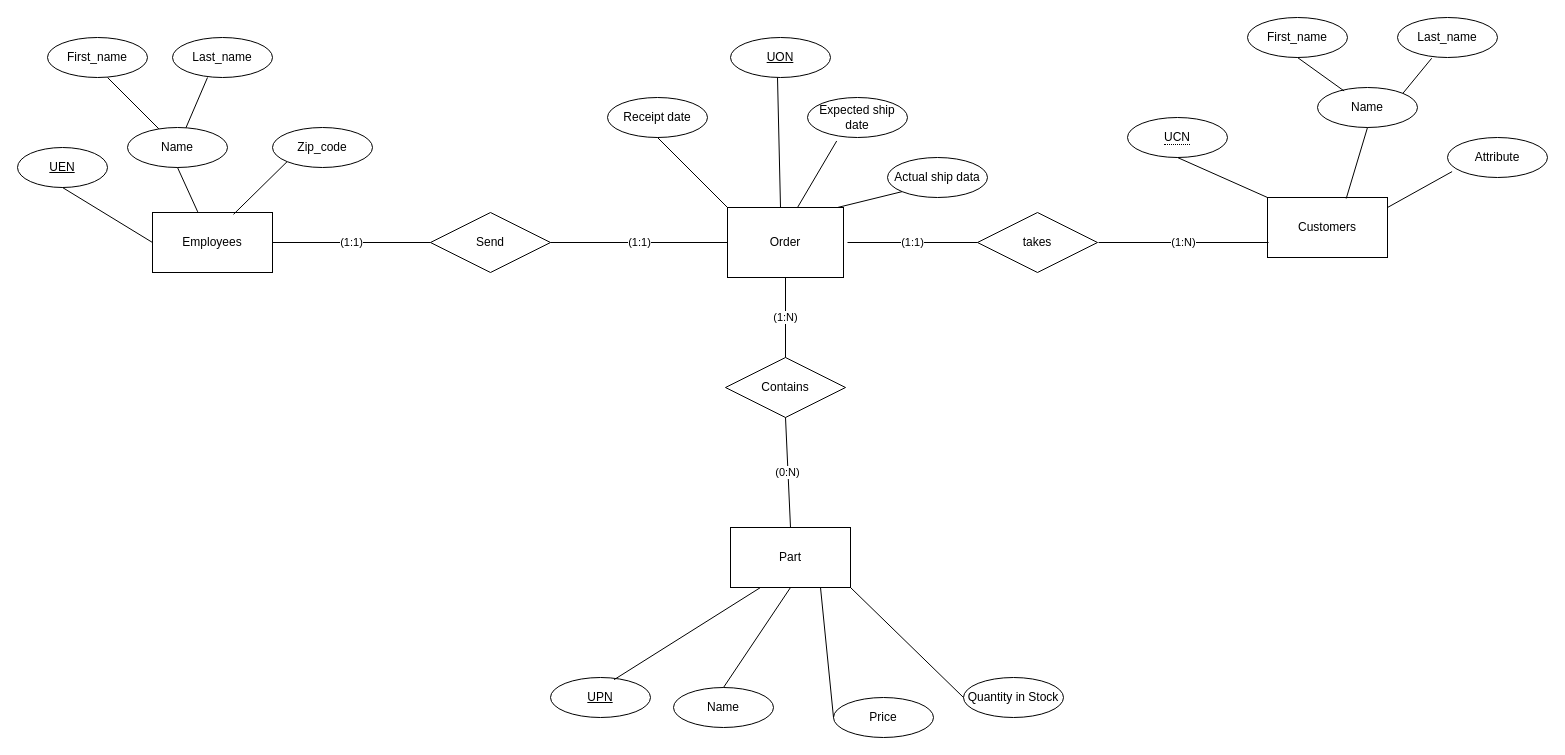
The draw.io diagram Untitled Diagram.drawio in LaiYu111/CS351_Diagram, before the edit. Source tidied: cells renumbered, new cells numbered last; positions are measured from the earlier drawing's top-left corner, leaving out a move shared by most shapes. Both pictures are drawn from the tidied source at 100%, with x=0, y=0 at pixel (17, 17).
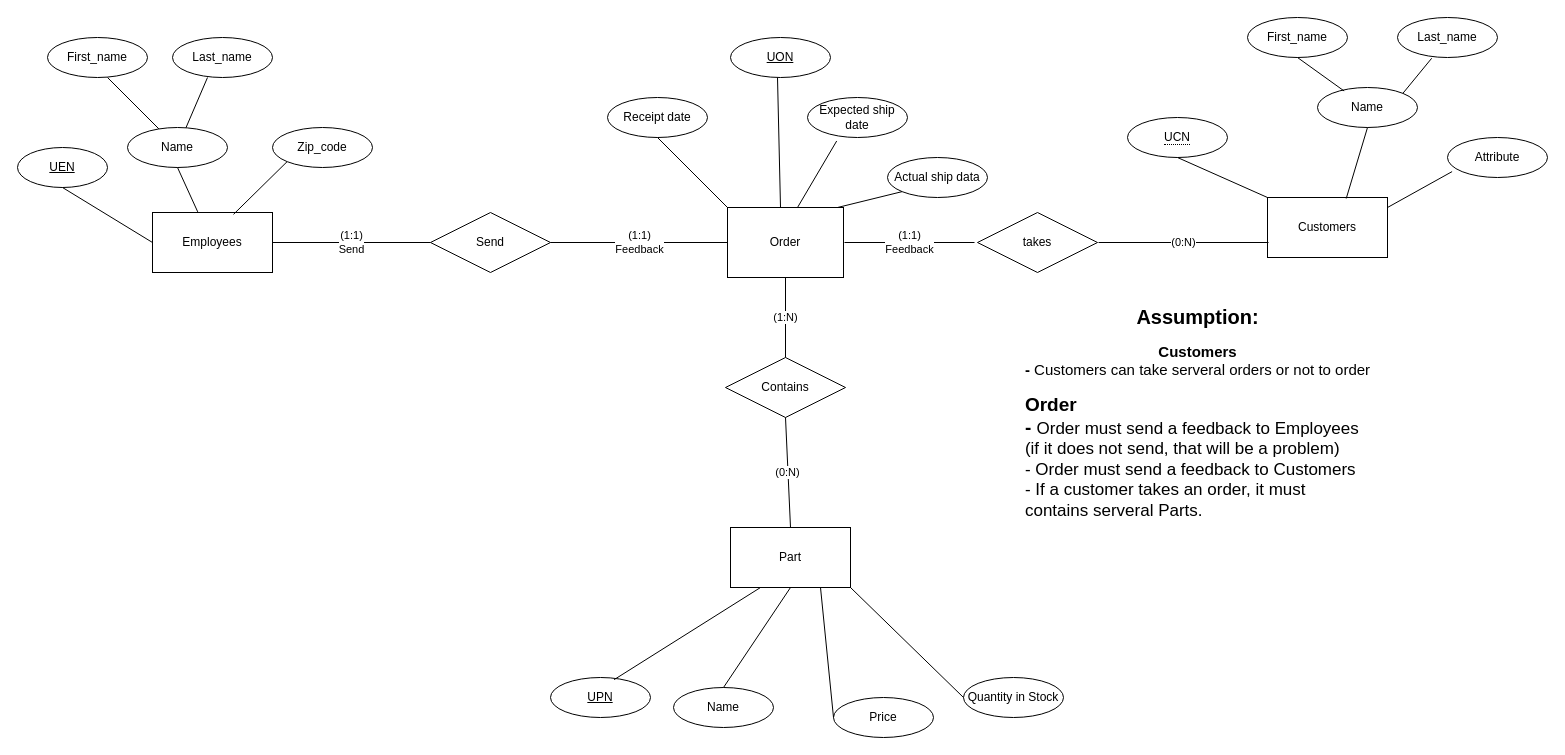
Above is the later version.

Unchanged cells that the change refers to:
```xml
<mxCell id="2" value="Employees" style="rounded=0;whiteSpace=wrap;html=1;" parent="1" vertex="1">
  <mxGeometry x="135" y="195" width="120" height="60" as="geometry" />
</mxCell>
<mxCell id="33" value="Order" style="whiteSpace=wrap;html=1;align=center;" parent="1" vertex="1">
  <mxGeometry x="710" y="190" width="116" height="70" as="geometry" />
</mxCell>
<mxCell id="36" value="Send" style="shape=rhombus;perimeter=rhombusPerimeter;whiteSpace=wrap;html=1;align=center;" parent="1" vertex="1">
  <mxGeometry x="413" y="195" width="120" height="60" as="geometry" />
</mxCell>
<mxCell id="37" value="takes" style="shape=rhombus;perimeter=rhombusPerimeter;whiteSpace=wrap;html=1;align=center;" parent="1" vertex="1">
  <mxGeometry x="960" y="195" width="120" height="60" as="geometry" />
</mxCell>
```

Diff of the diagram source:
```diff
@@
-    <mxCell id="38" value="(1:N)" style="endArrow=none;html=1;rounded=0;entryX=0;entryY=0.75;entryDx=0;entryDy=0;exitX=1;exitY=0.5;exitDx=0;exitDy=0;" parent="1" edge="1">
+    <mxCell id="38" value="(0:N)" style="endArrow=none;html=1;rounded=0;entryX=0;entryY=0.75;entryDx=0;entryDy=0;exitX=1;exitY=0.5;exitDx=0;exitDy=0;" parent="1" edge="1">
       <mxGeometry relative="1" as="geometry">
         <mxPoint x="1081" y="225" as="sourcePoint" />
         <mxPoint x="1251" y="225" as="targetPoint" />
       </mxGeometry>
     </mxCell>
-    <mxCell id="39" value="(1:1)" style="endArrow=none;html=1;rounded=0;entryX=0;entryY=0.5;entryDx=0;entryDy=0;" parent="1" edge="1" target="37">
+    <mxCell id="39" value="(1:1)&lt;br&gt;Feedback" style="endArrow=none;html=1;rounded=0;entryX=0;entryY=0.5;entryDx=0;entryDy=0;" parent="1" edge="1">
       <mxGeometry relative="1" as="geometry">
-        <mxPoint x="830" y="225" as="sourcePoint" />
+        <mxPoint x="827" y="225" as="sourcePoint" />
+        <mxPoint x="957" y="225" as="targetPoint" />
       </mxGeometry>
     </mxCell>
-    <mxCell id="40" value="(1:1)" style="endArrow=none;html=1;rounded=0;exitX=1;exitY=0.5;exitDx=0;exitDy=0;entryX=0;entryY=0.5;entryDx=0;entryDy=0;" parent="1" edge="1" source="36" target="33">
-      <mxGeometry relative="1" as="geometry" />
+    <mxCell id="40" value="(1:1)&lt;br&gt;Feedback" style="endArrow=none;html=1;rounded=0;exitX=1;exitY=0.5;exitDx=0;exitDy=0;entryX=0;entryY=0.5;entryDx=0;entryDy=0;" parent="1" edge="1">
+      <mxGeometry relative="1" as="geometry">
+        <mxPoint x="533" y="225" as="sourcePoint" />
+        <mxPoint x="710" y="225" as="targetPoint" />
+      </mxGeometry>
     </mxCell>
-    <mxCell id="41" value="(1:1)" style="endArrow=none;html=1;rounded=0;entryX=0;entryY=0.5;entryDx=0;entryDy=0;exitX=1;exitY=0.5;exitDx=0;exitDy=0;" parent="1" edge="1" source="2" target="36">
+    <mxCell id="41" value="(1:1)&lt;br&gt;Send" style="endArrow=none;html=1;rounded=0;entryX=0;entryY=0.5;entryDx=0;entryDy=0;exitX=1;exitY=0.5;exitDx=0;exitDy=0;" parent="1" edge="1" source="2" target="36">
       <mxGeometry relative="1" as="geometry" />
     </mxCell>
@@
+    <mxCell id="51" value="&lt;b&gt;&lt;font style=&quot;font-size: 20px&quot;&gt;Assumption:&lt;br&gt;&lt;/font&gt;&lt;/b&gt;&lt;br&gt;&lt;div&gt;&lt;font&gt;&lt;b style=&quot;font-size: 15px&quot;&gt;Customers&lt;/b&gt;&lt;br&gt;&lt;b style=&quot;font-size: 15px&quot;&gt;- &lt;/b&gt;&lt;span style=&quot;font-size: 15px&quot;&gt;Customers can take serveral orders or not to order&lt;/span&gt;&lt;br&gt;&lt;div style=&quot;text-align: left&quot;&gt;&lt;br&gt;&lt;/div&gt;&lt;div style=&quot;text-align: left&quot;&gt;&lt;b&gt;&lt;font style=&quot;font-size: 19px&quot;&gt;Order&lt;/font&gt;&lt;/b&gt;&lt;/div&gt;&lt;div style=&quot;text-align: left&quot;&gt;&lt;font&gt;&lt;b style=&quot;font-size: 19px&quot;&gt;- &lt;/b&gt;&lt;span style=&quot;font-size: 17px&quot;&gt;Order must send a feedback to Employees&lt;br&gt;(if it does not send, that will be a problem)&lt;br&gt;-&amp;nbsp;&lt;/span&gt;&lt;/font&gt;&lt;span style=&quot;font-size: 17px&quot;&gt;Order must send a feedback to Customers&lt;/span&gt;&lt;/div&gt;&lt;div style=&quot;text-align: left&quot;&gt;&lt;span style=&quot;font-size: 17px&quot;&gt;- If a customer takes an order, it must&amp;nbsp;&lt;/span&gt;&lt;/div&gt;&lt;div style=&quot;text-align: left&quot;&gt;&lt;span style=&quot;font-size: 17px&quot;&gt;contains serveral Parts.&amp;nbsp;&lt;/span&gt;&lt;/div&gt;&lt;div style=&quot;text-align: left&quot;&gt;&lt;span style=&quot;font-size: 17px&quot;&gt;&lt;br&gt;&lt;/span&gt;&lt;/div&gt;&lt;div style=&quot;text-align: left&quot;&gt;&lt;br&gt;&lt;/div&gt;&lt;div style=&quot;text-align: left&quot;&gt;&lt;br&gt;&lt;/div&gt;&lt;/font&gt;&lt;/div&gt;" style="text;html=1;align=center;verticalAlign=middle;strokeColor=none;fillColor=none;" parent="1" vertex="1">
+      <mxGeometry x="1000" y="315" width="360" height="210" as="geometry" />
+    </mxCell>
```
